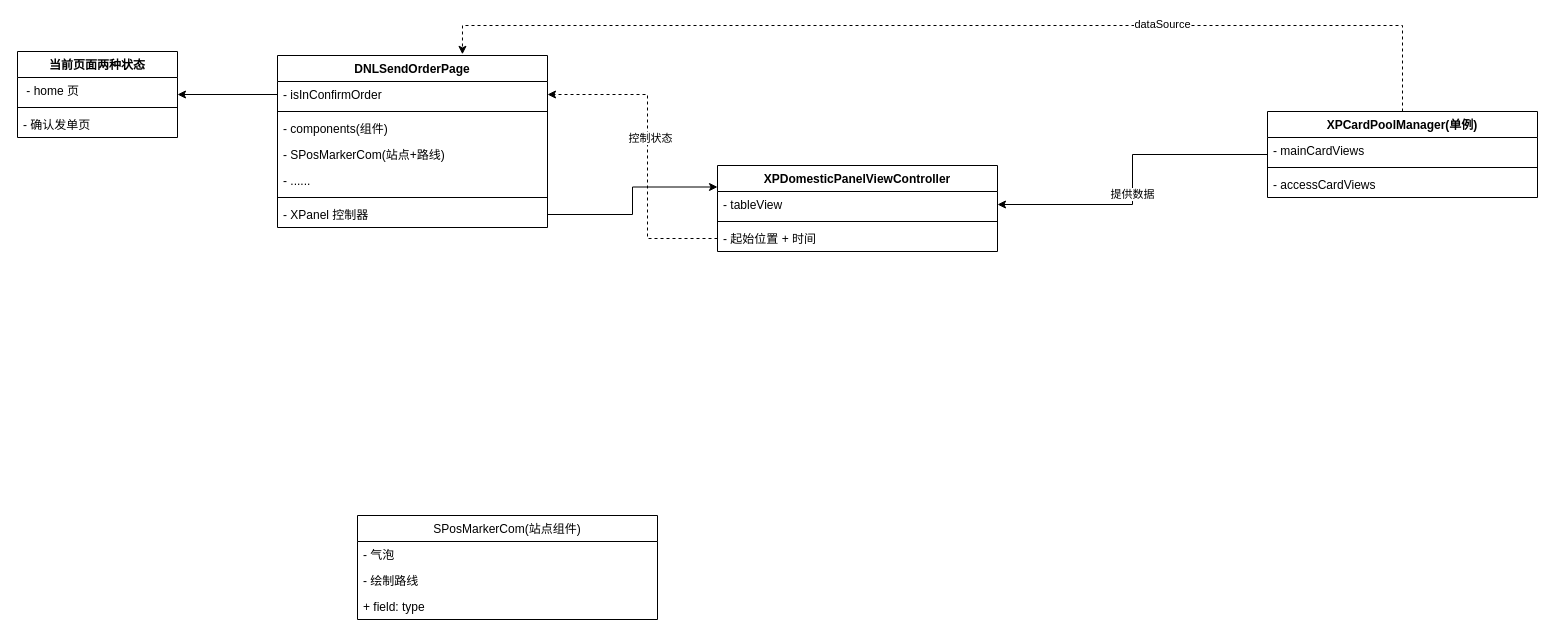
Above: Untitled Diagram.drawio in 515783034/mwebLib (draw.io), before the change. Source tidied: cells renumbered, new cells numbered last; positions are measured from the earlier drawing's top-left corner, leaving out a move shared by most shapes. Both pictures are drawn from the tidied source at 100%, with x=0, y=0 at pixel (17, 25).
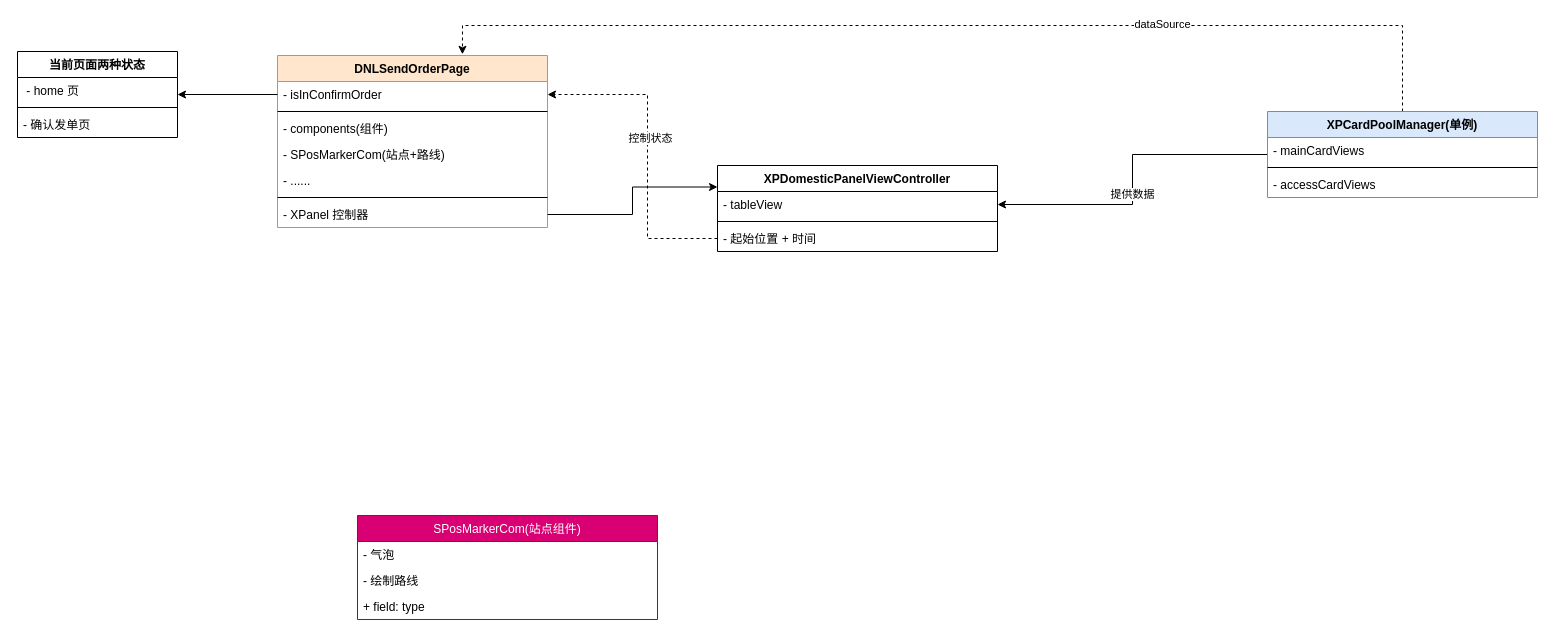
After the change.

Change to the diagram source:
```diff
@@
-    <mxCell id="2" value="DNLSendOrderPage" style="swimlane;fontStyle=1;align=center;verticalAlign=top;horizontal=1;startSize=26;" parent="1" vertex="1">
+    <mxCell id="2" value="DNLSendOrderPage" style="swimlane;fontStyle=1;align=center;verticalAlign=top;horizontal=1;startSize=26;fillColor=#ffe6cc;strokeColor=#d79b00;" parent="1" vertex="1">
       <mxGeometry x="260" y="30" width="270" height="172" as="geometry" />
     </mxCell>
@@
-    <mxCell id="24" value="XPCardPoolManager(单例)" style="swimlane;fontStyle=1;align=center;verticalAlign=top;horizontal=1;startSize=26;" parent="1" vertex="1">
+    <mxCell id="24" value="XPCardPoolManager(单例)" style="swimlane;fontStyle=1;align=center;verticalAlign=top;horizontal=1;startSize=26;fillColor=#dae8fc;strokeColor=#6c8ebf;" parent="1" vertex="1">
       <mxGeometry x="1250" y="86" width="270" height="86" as="geometry" />
     </mxCell>
@@
-    <mxCell id="30" value="SPosMarkerCom(站点组件)" style="swimlane;fontStyle=0;horizontal=1;startSize=26;fillColor=none;" parent="1" vertex="1">
+    <mxCell id="30" value="SPosMarkerCom(站点组件)" style="swimlane;fontStyle=0;horizontal=1;startSize=26;fillColor=#d80073;strokeColor=#A50040;fontColor=#ffffff;" parent="1" vertex="1">
       <mxGeometry x="340" y="490" width="300" height="104" as="geometry" />
     </mxCell>
```
